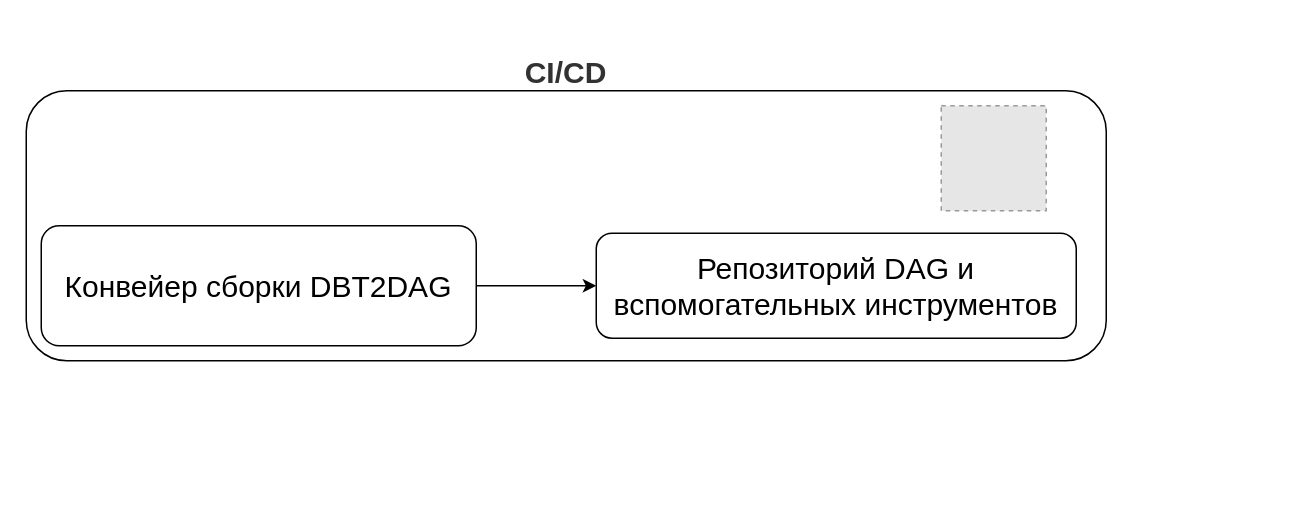
Before: DBT.drawio in SkilarW/base_rep_work, a draw.io diagram. Source tidied: cells renumbered, new cells numbered last; positions are measured from the earlier drawing's top-left corner, leaving out a move shared by most shapes. Both pictures are drawn from the tidied source at 150%, with x=0, y=0 at pixel (26, 90). Pictures stored in the file or linked from it are replaced by grey dashed boxes.
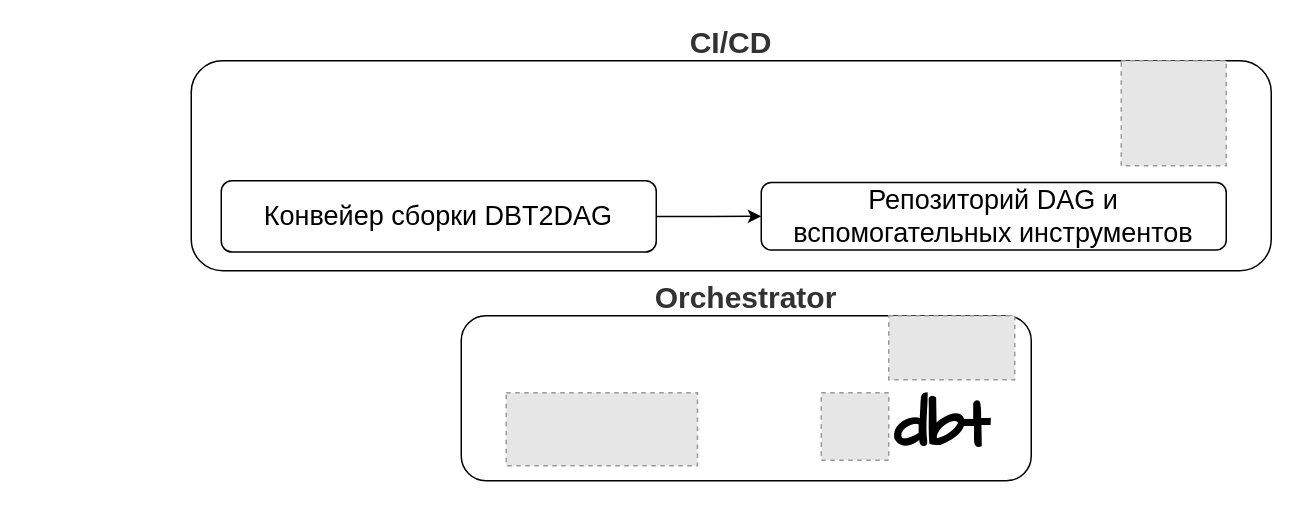
The same diagram, later.

The edit, as a diff of the source:
```diff
@@
 <mxGraphModel>
   <root>
     <mxCell id="0" />
     <mxCell id="1" parent="0" />
     <mxCell id="2" value="CI/CD" style="rounded=1;align=center;labelPosition=center;verticalLabelPosition=top;verticalAlign=bottom;spacingTop=0;textOpacity=80;spacing=2;fontSize=20;fontStyle=1;fontColor=default;" parent="1" vertex="1">
-      <mxGeometry width="720" height="180" as="geometry" />
+      <mxGeometry x="110" y="-20" width="720" height="140" as="geometry" />
     </mxCell>
-    <mxCell id="3" value="&lt;font style=&quot;font-size: 20px;&quot;&gt;Конвейер сборки DBT2DAG&lt;/font&gt;" style="rounded=1;whiteSpace=wrap;html=1;" parent="1" vertex="1">
-      <mxGeometry x="10" y="90" width="290" height="80" as="geometry" />
+    <mxCell id="3" value="&lt;font style=&quot;font-size: 18px;&quot;&gt;Конвейер сборки DBT2DAG&lt;/font&gt;" style="rounded=1;whiteSpace=wrap;html=1;" parent="1" vertex="1">
+      <mxGeometry x="130" y="60" width="290" height="47.5" as="geometry" />
     </mxCell>
-    <mxCell id="4" value="&lt;font style=&quot;font-size: 20px;&quot;&gt;Репозиторий DAG и вспомогательных инструментов&lt;/font&gt;" style="rounded=1;whiteSpace=wrap;html=1;" parent="1" vertex="1">
-      <mxGeometry x="380" y="95" width="320" height="70" as="geometry" />
+    <mxCell id="4" value="&lt;font style=&quot;font-size: 18px;&quot;&gt;Репозиторий DAG и вспомогательных инструментов&lt;/font&gt;" style="rounded=1;whiteSpace=wrap;html=1;" parent="1" vertex="1">
+      <mxGeometry x="490" y="61.2" width="310" height="45" as="geometry" />
     </mxCell>
     <mxCell id="5" style="edgeStyle=orthogonalEdgeStyle;rounded=0;jettySize=auto;html=1;" parent="1" edge="1" source="3" target="4">
       <mxGeometry relative="1" as="geometry" />
     </mxCell>
     <mxCell id="6" style="fillColor=#E6E6E6;strokeColor=#999999;dashed=1;verticalLabelPosition=bottom;labelBackgroundColor=default;verticalAlign=top;" parent="1" vertex="1">
-      <mxGeometry x="610" y="10" width="70" height="70" as="geometry" />
+      <mxGeometry x="730" y="-20" width="70" height="70" as="geometry" />
     </mxCell>
+    <mxCell id="7" value="Orchestrator" style="rounded=1;align=center;labelPosition=center;verticalLabelPosition=top;verticalAlign=bottom;spacingTop=0;textOpacity=80;spacing=2;fontSize=20;fontStyle=1;fontColor=default;" parent="1" vertex="1">
+      <mxGeometry x="290" y="150" width="380" height="110" as="geometry" />
+    </mxCell>
+    <mxCell id="8" style="fillColor=#E6E6E6;strokeColor=#999999;dashed=1;verticalLabelPosition=bottom;labelBackgroundColor=default;verticalAlign=top;" parent="1" vertex="1">
+      <mxGeometry x="320" y="201.3" width="127.5" height="48.7" as="geometry" />
+    </mxCell>
+    <mxCell id="9" style="fillColor=#E6E6E6;strokeColor=#999999;dashed=1;verticalLabelPosition=bottom;labelBackgroundColor=default;verticalAlign=top;" parent="1" vertex="1">
+      <mxGeometry x="530" y="201.3" width="45" height="45" as="geometry" />
+    </mxCell>
+    <mxCell id="10" value="&lt;font style=&quot;font-size: 43px;&quot; face=&quot;Comic Sans MS&quot;&gt;dbt&lt;/font&gt;" style="text;strokeColor=none;fillColor=none;html=1;fontSize=24;fontStyle=1;verticalAlign=middle;align=center;" parent="1" vertex="1">
+      <mxGeometry x="575" y="203.8" width="70" height="40" as="geometry" />
+    </mxCell>
+    <mxCell id="11" style="fillColor=#E6E6E6;strokeColor=#999999;dashed=1;verticalLabelPosition=bottom;labelBackgroundColor=default;verticalAlign=top;" parent="1" vertex="1">
+      <mxGeometry x="575" y="150" width="84" height="42.7" as="geometry" />
+    </mxCell>
   </root>
 </mxGraphModel>
```
